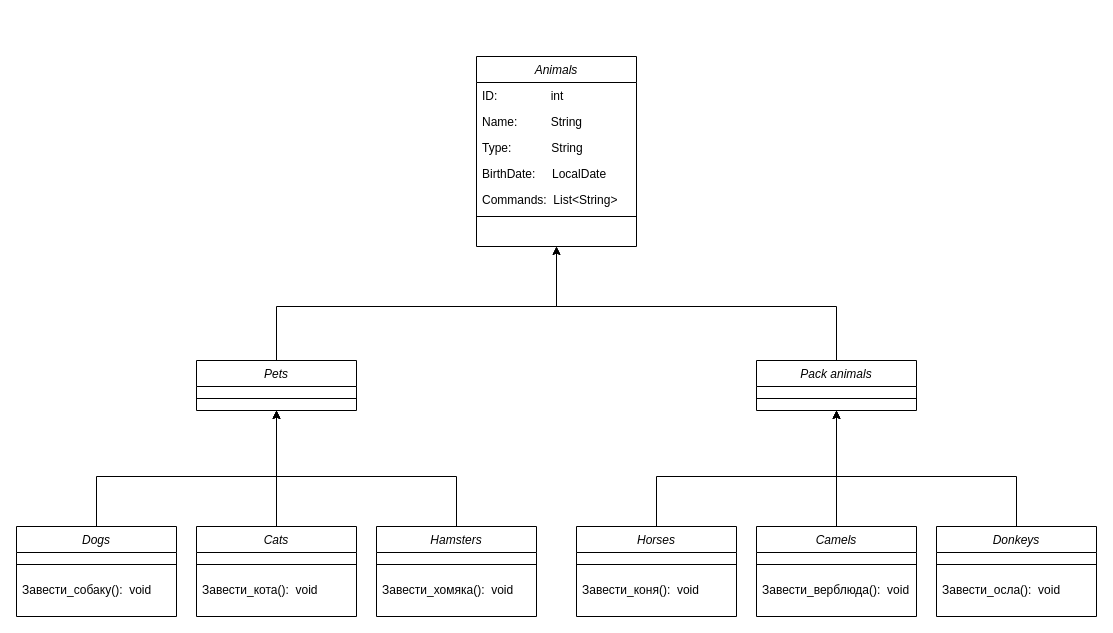
Before: humanFreands_diagram.drawio in restart82/FinalControlWorkSpecializationBlock, a draw.io diagram. Source tidied: cells renumbered, new cells numbered last; positions are measured from the earlier drawing's top-left corner, leaving out a move shared by most shapes. Both pictures are drawn from the tidied source at 100%, with x=0, y=0 at pixel (16, 56).
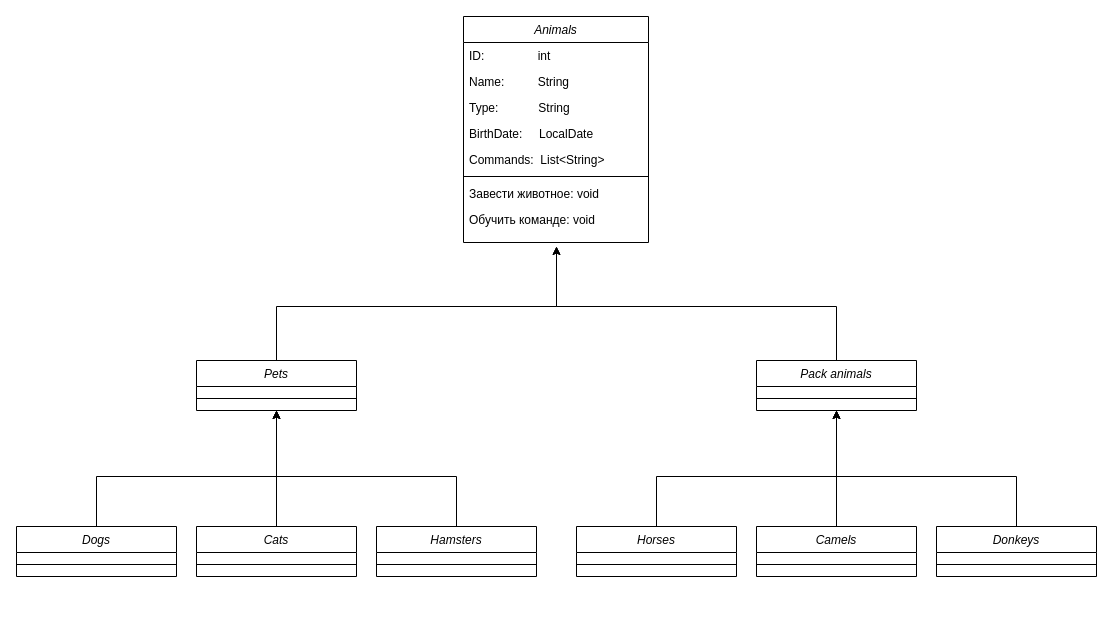
The same diagram, later.

Unchanged cells that the change refers to:
```xml
<mxCell id="10" value="Pets" style="swimlane;fontStyle=2;align=center;verticalAlign=top;horizontal=1;startSize=26;rounded=0;shadow=0;strokeWidth=1;" parent="1" vertex="1">
  <mxGeometry x="180" y="304" width="160" height="50" as="geometry" />
</mxCell>
<mxCell id="13" value="Pack animals" style="swimlane;fontStyle=2;align=center;verticalAlign=top;horizontal=1;startSize=26;rounded=0;shadow=0;strokeWidth=1;" parent="1" vertex="1">
  <mxGeometry x="740" y="304" width="160" height="50" as="geometry" />
</mxCell>
```

The edit, as a diff of the source:
```diff
@@
     <mxCell id="2" value="Animals" style="swimlane;fontStyle=2;align=center;verticalAlign=top;horizontal=1;startSize=26;rounded=0;shadow=0;strokeWidth=1;" parent="1" vertex="1">
-      <mxGeometry x="460" width="160" height="190" as="geometry" />
+      <mxGeometry x="447" y="-40" width="185" height="226" as="geometry" />
     </mxCell>
     <mxCell id="3" value="ID:                int" style="text;align=left;verticalAlign=top;spacingLeft=4;spacingRight=4;overflow=hidden;" parent="2" vertex="1">
-      <mxGeometry y="26" width="160" height="26" as="geometry" />
+      <mxGeometry y="26" width="185" height="26" as="geometry" />
     </mxCell>
     <mxCell id="4" value="Name:          String" style="text;align=left;verticalAlign=top;spacingLeft=4;spacingRight=4;overflow=hidden;rounded=0;shadow=0;html=0;" parent="2" vertex="1">
-      <mxGeometry y="52" width="160" height="26" as="geometry" />
+      <mxGeometry y="52" width="185" height="26" as="geometry" />
     </mxCell>
     <mxCell id="5" value="Type:            String" style="text;align=left;verticalAlign=top;spacingLeft=4;spacingRight=4;overflow=hidden;rounded=0;shadow=0;html=0;" parent="2" vertex="1">
-      <mxGeometry y="78" width="160" height="26" as="geometry" />
+      <mxGeometry y="78" width="185" height="26" as="geometry" />
     </mxCell>
     <mxCell id="6" value="BirthDate:     LocalDate" style="text;align=left;verticalAlign=top;spacingLeft=4;spacingRight=4;overflow=hidden;rounded=0;shadow=0;html=0;" parent="2" vertex="1">
-      <mxGeometry y="104" width="160" height="26" as="geometry" />
+      <mxGeometry y="104" width="185" height="26" as="geometry" />
     </mxCell>
     <mxCell id="7" value="Commands:  List&lt;String&gt;" style="text;align=left;verticalAlign=top;spacingLeft=4;spacingRight=4;overflow=hidden;rounded=0;shadow=0;html=0;" parent="2" vertex="1">
-      <mxGeometry y="130" width="160" height="26" as="geometry" />
+      <mxGeometry y="130" width="185" height="26" as="geometry" />
     </mxCell>
     <mxCell id="8" style="line;html=1;strokeWidth=1;align=left;verticalAlign=middle;spacingTop=-1;spacingLeft=3;spacingRight=3;labelPosition=right;" parent="2" vertex="1">
-      <mxGeometry y="156" width="160" height="8" as="geometry" />
+      <mxGeometry y="156" width="185" height="8" as="geometry" />
     </mxCell>
+    <mxCell id="39" value="Завести животное: void" style="text;align=left;verticalAlign=top;spacingLeft=4;spacingRight=4;overflow=hidden;rounded=0;shadow=0;html=0;" parent="2" vertex="1">
+      <mxGeometry y="164" width="185" height="26" as="geometry" />
+    </mxCell>
+    <mxCell id="40" value="Обучить команде: void" style="text;align=left;verticalAlign=top;spacingLeft=4;spacingRight=4;overflow=hidden;rounded=0;shadow=0;html=0;" parent="2" vertex="1">
+      <mxGeometry y="190" width="185" height="26" as="geometry" />
+    </mxCell>
-    <mxCell id="9" style="edgeStyle=orthogonalEdgeStyle;rounded=0;jettySize=auto;html=1;entryX=0.5;entryY=1;entryDx=0;entryDy=0;" parent="1" edge="1" source="10" target="2">
+    <mxCell id="9" style="edgeStyle=orthogonalEdgeStyle;rounded=0;jettySize=auto;html=1;entryX=0.5;entryY=1;entryDx=0;entryDy=0;" parent="1" edge="1" source="10">
       <mxGeometry relative="1" as="geometry">
+        <mxPoint x="540" y="190" as="targetPoint" />
         <Array as="points">
           <mxPoint x="260" y="250" />
           <mxPoint x="540" y="250" />
         </Array>
       </mxGeometry>
     </mxCell>
@@
-    <mxCell id="12" style="edgeStyle=orthogonalEdgeStyle;rounded=0;jettySize=auto;html=1;entryX=0.5;entryY=1;entryDx=0;entryDy=0;" parent="1" edge="1" source="13" target="2">
+    <mxCell id="12" style="edgeStyle=orthogonalEdgeStyle;rounded=0;jettySize=auto;html=1;entryX=0.5;entryY=1;entryDx=0;entryDy=0;" parent="1" edge="1" source="13">
       <mxGeometry relative="1" as="geometry">
+        <mxPoint x="540" y="190" as="targetPoint" />
         <Array as="points">
           <mxPoint x="820" y="250" />
           <mxPoint x="540" y="250" />
         </Array>
       </mxGeometry>
     </mxCell>
@@
     <mxCell id="16" value="Dogs" style="swimlane;fontStyle=2;align=center;verticalAlign=top;horizontal=1;startSize=26;rounded=0;shadow=0;strokeWidth=1;" parent="1" vertex="1">
-      <mxGeometry y="470" width="160" height="90" as="geometry" />
+      <mxGeometry y="470" width="160" height="50" as="geometry" />
     </mxCell>
@@
-    <mxCell id="18" value="Завести_собаку():  void" style="text;align=left;verticalAlign=top;spacingLeft=4;spacingRight=4;overflow=hidden;rounded=0;shadow=0;html=0;" parent="16" vertex="1">
-      <mxGeometry y="50" width="160" height="26" as="geometry" />
-    </mxCell>
@@
     <mxCell id="20" value="Cats" style="swimlane;fontStyle=2;align=center;verticalAlign=top;horizontal=1;startSize=26;rounded=0;shadow=0;strokeWidth=1;" parent="1" vertex="1">
-      <mxGeometry x="180" y="470" width="160" height="90" as="geometry" />
+      <mxGeometry x="180" y="470" width="160" height="50" as="geometry" />
     </mxCell>
@@
-    <mxCell id="22" value="Завести_кота():  void" style="text;align=left;verticalAlign=top;spacingLeft=4;spacingRight=4;overflow=hidden;rounded=0;shadow=0;html=0;" parent="20" vertex="1">
-      <mxGeometry y="50" width="160" height="26" as="geometry" />
-    </mxCell>
@@
     <mxCell id="24" value="Hamsters" style="swimlane;fontStyle=2;align=center;verticalAlign=top;horizontal=1;startSize=26;rounded=0;shadow=0;strokeWidth=1;" parent="1" vertex="1">
-      <mxGeometry x="360" y="470" width="160" height="90" as="geometry" />
+      <mxGeometry x="360" y="470" width="160" height="50" as="geometry" />
     </mxCell>
@@
-    <mxCell id="26" value="Завести_хомяка():  void" style="text;align=left;verticalAlign=top;spacingLeft=4;spacingRight=4;overflow=hidden;rounded=0;shadow=0;html=0;" parent="24" vertex="1">
-      <mxGeometry y="50" width="160" height="26" as="geometry" />
-    </mxCell>
@@
     <mxCell id="28" value="Horses" style="swimlane;fontStyle=2;align=center;verticalAlign=top;horizontal=1;startSize=26;rounded=0;shadow=0;strokeWidth=1;" parent="1" vertex="1">
-      <mxGeometry x="560" y="470" width="160" height="90" as="geometry" />
+      <mxGeometry x="560" y="470" width="160" height="50" as="geometry" />
     </mxCell>
@@
-    <mxCell id="30" value="Завести_коня():  void" style="text;align=left;verticalAlign=top;spacingLeft=4;spacingRight=4;overflow=hidden;rounded=0;shadow=0;html=0;" parent="28" vertex="1">
-      <mxGeometry y="50" width="160" height="26" as="geometry" />
-    </mxCell>
@@
     <mxCell id="32" value="Camels" style="swimlane;fontStyle=2;align=center;verticalAlign=top;horizontal=1;startSize=26;rounded=0;shadow=0;strokeWidth=1;" parent="1" vertex="1">
-      <mxGeometry x="740" y="470" width="160" height="90" as="geometry" />
+      <mxGeometry x="740" y="470" width="160" height="50" as="geometry" />
     </mxCell>
@@
-    <mxCell id="34" value="Завести_верблюда():  void" style="text;align=left;verticalAlign=top;spacingLeft=4;spacingRight=4;overflow=hidden;rounded=0;shadow=0;html=0;" parent="32" vertex="1">
-      <mxGeometry y="50" width="160" height="26" as="geometry" />
-    </mxCell>
@@
     <mxCell id="36" value="Donkeys" style="swimlane;fontStyle=2;align=center;verticalAlign=top;horizontal=1;startSize=26;rounded=0;shadow=0;strokeWidth=1;" parent="1" vertex="1">
-      <mxGeometry x="920" y="470" width="160" height="90" as="geometry" />
+      <mxGeometry x="920" y="470" width="160" height="50" as="geometry" />
     </mxCell>
@@
-    <mxCell id="38" value="Завести_осла():  void" style="text;align=left;verticalAlign=top;spacingLeft=4;spacingRight=4;overflow=hidden;rounded=0;shadow=0;html=0;" parent="36" vertex="1">
-      <mxGeometry y="50" width="160" height="26" as="geometry" />
-    </mxCell>
```
